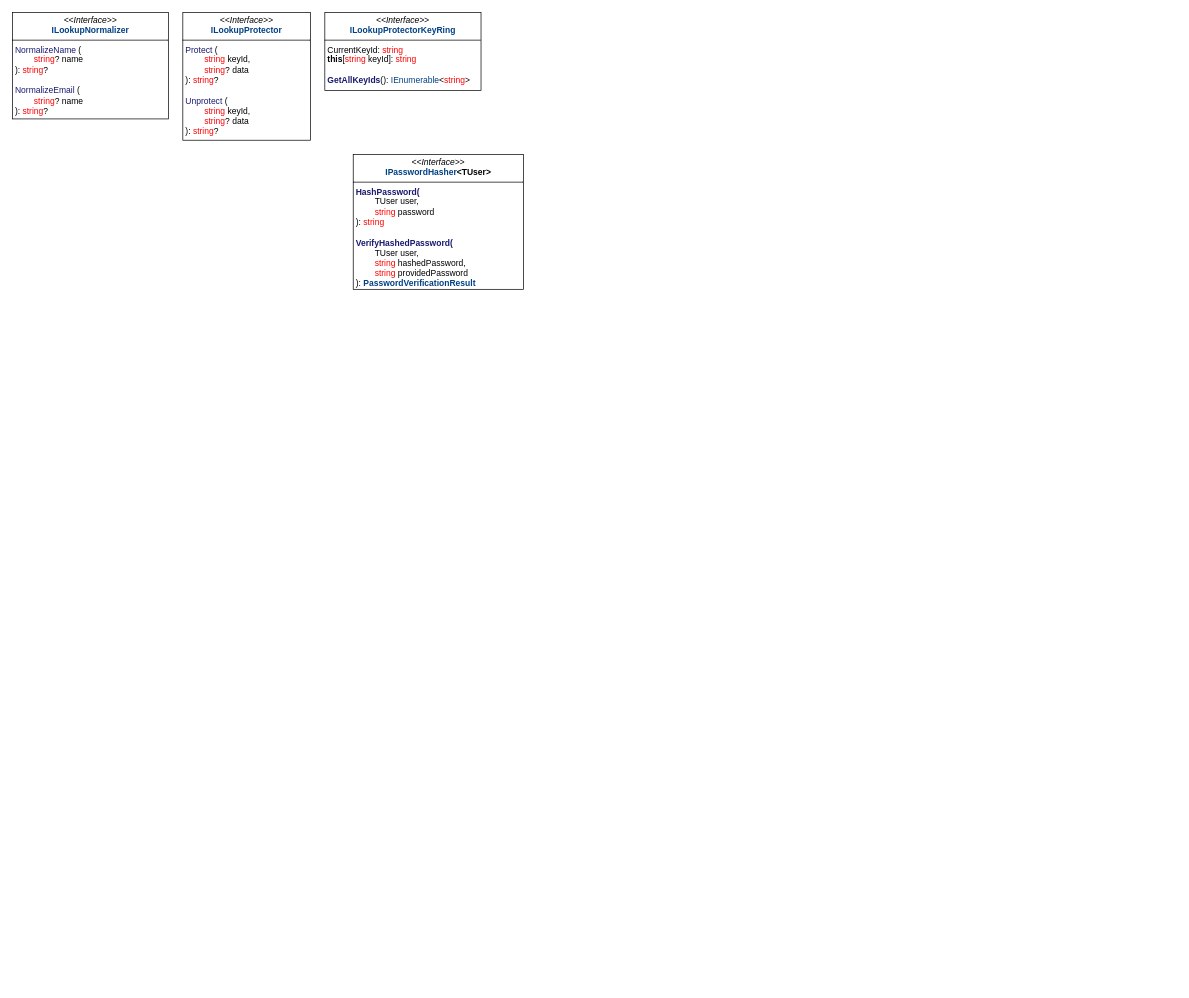
This is 99. Пространства/Identity/Identity.drawio from KondyubaBA/AspNetCore-doc, a draw.io file, before an edit. Source tidied: cells renumbered, new cells numbered last; positions are measured from the earlier drawing's top-left corner, leaving out a move shared by most shapes. Both pictures are drawn from the tidied source at 71%, with x=0, y=0 at pixel (12, 12).
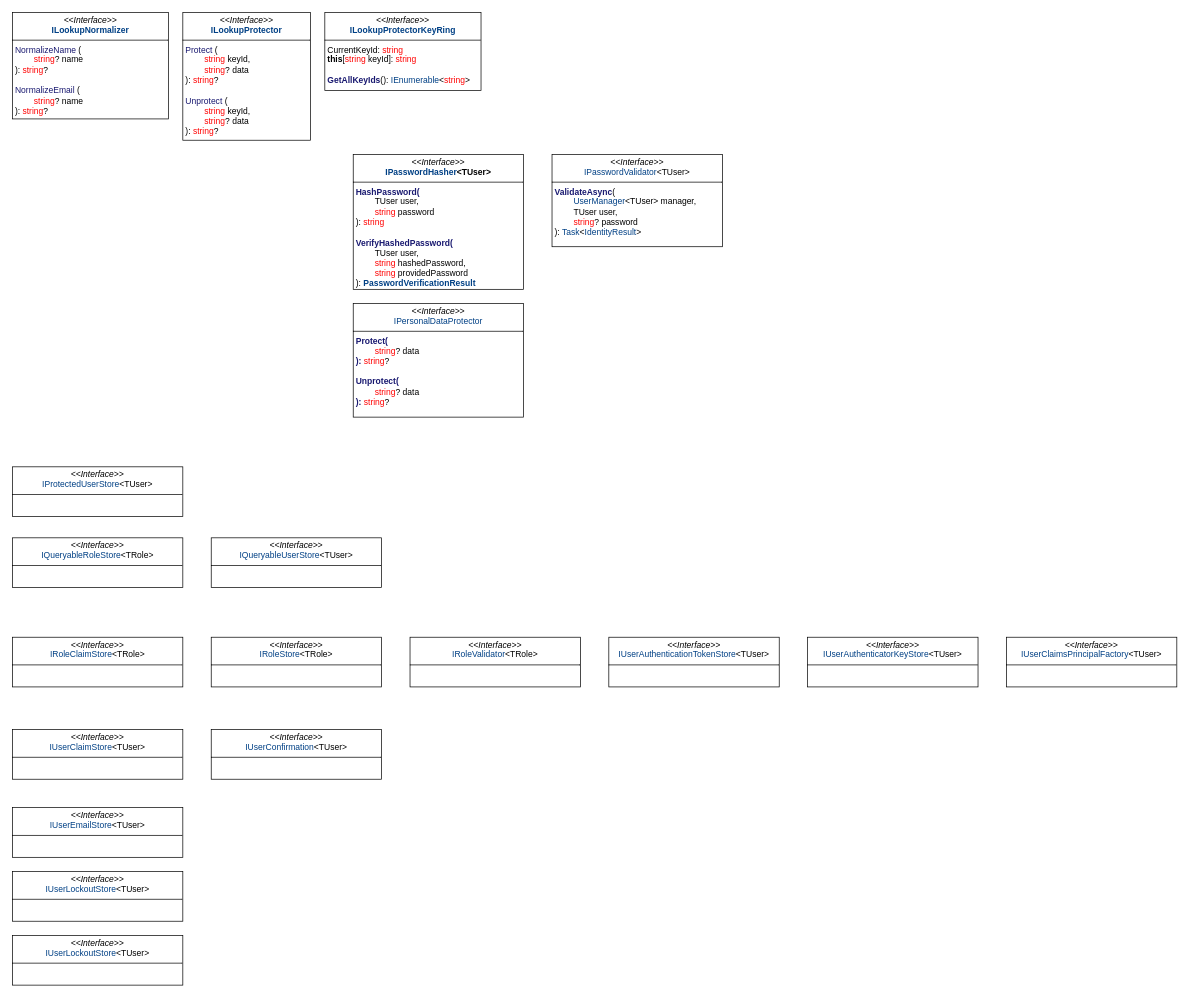
The same diagram, later.

What changed in the source:
```diff
@@
+    <mxCell id="6" value="&lt;p style=&quot;margin:0px;margin-top:4px;text-align:center;&quot;&gt;&lt;i&gt;&amp;lt;&amp;lt;Interface&amp;gt;&amp;gt;&lt;/i&gt;&lt;br&gt;&lt;span style=&quot;background-color: transparent; text-align: left; color: rgb(0, 64, 133);&quot;&gt;IPasswordValidator&lt;/span&gt;&lt;span style=&quot;background-color: transparent; color: light-dark(rgb(0, 0, 0), rgb(255, 255, 255)); text-align: left;&quot;&gt;&amp;lt;TUser&amp;gt;&lt;/span&gt;&lt;/p&gt;&lt;hr size=&quot;1&quot; style=&quot;border-style:solid;&quot;&gt;&lt;p style=&quot;margin:0px;margin-left:4px;&quot;&gt;&lt;span style=&quot;color: rgb(25, 25, 112); font-weight: bold;&quot;&gt;ValidateAsync&lt;/span&gt;(&lt;/p&gt;&lt;p style=&quot;margin:0px;margin-left:4px;&quot;&gt;&lt;span style=&quot;color: rgb(0, 64, 133);&quot;&gt;&lt;span style=&quot;white-space: pre;&quot;&gt;&#9;&lt;/span&gt;UserManager&lt;/span&gt;&amp;lt;TUser&amp;gt; manager,&amp;nbsp;&lt;/p&gt;&lt;p style=&quot;margin:0px;margin-left:4px;&quot;&gt;&lt;span style=&quot;white-space: pre;&quot;&gt;&#9;&lt;/span&gt;TUser user,&amp;nbsp;&lt;/p&gt;&lt;p style=&quot;margin:0px;margin-left:4px;&quot;&gt;&lt;span style=&quot;color: rgb(255, 0, 0);&quot;&gt;&lt;span style=&quot;white-space: pre;&quot;&gt;&#9;&lt;/span&gt;string&lt;/span&gt;? password&lt;/p&gt;&lt;p style=&quot;margin:0px;margin-left:4px;&quot;&gt;):&amp;nbsp;&lt;span style=&quot;background-color: transparent; color: rgb(0, 64, 133);&quot;&gt;Task&lt;/span&gt;&lt;span style=&quot;background-color: transparent; color: light-dark(rgb(0, 0, 0), rgb(255, 255, 255));&quot;&gt;&amp;lt;&lt;/span&gt;&lt;span style=&quot;background-color: transparent; color: rgb(0, 64, 133);&quot;&gt;IdentityResult&lt;/span&gt;&lt;span style=&quot;background-color: transparent; color: light-dark(rgb(0, 0, 0), rgb(255, 255, 255));&quot;&gt;&amp;gt;&lt;/span&gt;&lt;/p&gt;" style="verticalAlign=top;align=left;overflow=fill;html=1;whiteSpace=wrap;" parent="1" vertex="1">
+      <mxGeometry x="760" y="200" width="240" height="130" as="geometry" />
+    </mxCell>
+    <mxCell id="7" value="&lt;p style=&quot;margin:0px;margin-top:4px;text-align:center;&quot;&gt;&lt;i&gt;&amp;lt;&amp;lt;Interface&amp;gt;&amp;gt;&lt;/i&gt;&lt;br&gt;&lt;span style=&quot;background-color: transparent; text-align: left; color: rgb(0, 64, 133);&quot;&gt;I&lt;/span&gt;&lt;span style=&quot;color: rgb(0, 64, 133); background-color: transparent; text-align: left;&quot;&gt;PersonalDataProtector&lt;/span&gt;&lt;/p&gt;&lt;hr size=&quot;1&quot; style=&quot;border-style:solid;&quot;&gt;&lt;p style=&quot;margin:0px;margin-left:4px;&quot;&gt;&lt;span style=&quot;color: rgb(25, 25, 112); font-weight: bold;&quot;&gt;Protect(&lt;/span&gt;&lt;span style=&quot;color: rgb(25, 25, 112); font-weight: bold; background-color: transparent; white-space: pre;&quot;&gt;&#9;&lt;/span&gt;&lt;/p&gt;&lt;p style=&quot;margin:0px;margin-left:4px;&quot;&gt;&lt;span style=&quot;background-color: transparent; color: rgb(255, 0, 0);&quot;&gt;&lt;span style=&quot;white-space: pre;&quot;&gt;&#9;&lt;/span&gt;string&lt;/span&gt;&lt;span style=&quot;background-color: transparent; color: light-dark(rgb(0, 0, 0), rgb(255, 255, 255));&quot;&gt;? data&lt;/span&gt;&lt;/p&gt;&lt;p style=&quot;margin:0px;margin-left:4px;&quot;&gt;&lt;span style=&quot;color: rgb(25, 25, 112); font-weight: bold;&quot;&gt;):&amp;nbsp;&lt;/span&gt;&lt;span style=&quot;background-color: transparent; color: rgb(255, 0, 0);&quot;&gt;string&lt;/span&gt;&lt;span style=&quot;background-color: transparent; color: light-dark(rgb(0, 0, 0), rgb(255, 255, 255));&quot;&gt;?&lt;/span&gt;&lt;/p&gt;&lt;p style=&quot;margin:0px;margin-left:4px;&quot;&gt;&lt;span style=&quot;background-color: transparent; color: light-dark(rgb(0, 0, 0), rgb(255, 255, 255));&quot;&gt;&lt;br&gt;&lt;/span&gt;&lt;/p&gt;&lt;p style=&quot;margin: 0px 0px 0px 4px;&quot;&gt;&lt;span style=&quot;color: rgb(25, 25, 112); font-weight: bold;&quot;&gt;&lt;span style=&quot;background-color: transparent;&quot;&gt;Unprotect&lt;/span&gt;(&lt;/span&gt;&lt;span style=&quot;color: rgb(25, 25, 112); font-weight: bold; background-color: transparent; white-space: pre;&quot;&gt;&#9;&lt;/span&gt;&lt;/p&gt;&lt;p style=&quot;margin: 0px 0px 0px 4px;&quot;&gt;&lt;span style=&quot;background-color: transparent; color: rgb(255, 0, 0);&quot;&gt;&lt;span style=&quot;white-space: pre;&quot;&gt;&#9;&lt;/span&gt;string&lt;/span&gt;&lt;span style=&quot;background-color: transparent; color: light-dark(rgb(0, 0, 0), rgb(255, 255, 255));&quot;&gt;? data&lt;/span&gt;&lt;/p&gt;&lt;p style=&quot;margin: 0px 0px 0px 4px;&quot;&gt;&lt;span style=&quot;color: rgb(25, 25, 112); font-weight: bold;&quot;&gt;):&amp;nbsp;&lt;/span&gt;&lt;span style=&quot;background-color: transparent; color: rgb(255, 0, 0);&quot;&gt;string&lt;/span&gt;&lt;span style=&quot;background-color: transparent; color: light-dark(rgb(0, 0, 0), rgb(255, 255, 255));&quot;&gt;?&lt;/span&gt;&lt;/p&gt;" style="verticalAlign=top;align=left;overflow=fill;html=1;whiteSpace=wrap;" parent="1" vertex="1">
+      <mxGeometry x="480" y="410" width="240" height="160" as="geometry" />
+    </mxCell>
+    <mxCell id="8" value="&lt;p style=&quot;margin:0px;margin-top:4px;text-align:center;&quot;&gt;&lt;i&gt;&amp;lt;&amp;lt;Interface&amp;gt;&amp;gt;&lt;/i&gt;&lt;br&gt;&lt;span style=&quot;background-color: transparent; text-align: left; color: rgb(0, 64, 133);&quot;&gt;IProtectedUserStore&lt;/span&gt;&lt;span style=&quot;background-color: transparent; color: light-dark(rgb(0, 0, 0), rgb(255, 255, 255)); text-align: left;&quot;&gt;&amp;lt;TUser&amp;gt;&lt;/span&gt;&lt;/p&gt;&lt;hr size=&quot;1&quot; style=&quot;border-style:solid;&quot;&gt;&lt;p style=&quot;margin:0px;margin-left:4px;&quot;&gt;&lt;br&gt;&lt;/p&gt;" style="verticalAlign=top;align=left;overflow=fill;html=1;whiteSpace=wrap;" parent="1" vertex="1">
+      <mxGeometry y="640" width="240" height="70" as="geometry" />
+    </mxCell>
+    <mxCell id="9" value="&lt;p style=&quot;margin:0px;margin-top:4px;text-align:center;&quot;&gt;&lt;i&gt;&amp;lt;&amp;lt;Interface&amp;gt;&amp;gt;&lt;/i&gt;&lt;br&gt;&lt;span style=&quot;background-color: transparent; text-align: left; color: rgb(0, 64, 133);&quot;&gt;IQueryableRoleStore&lt;/span&gt;&lt;span style=&quot;background-color: transparent; color: light-dark(rgb(0, 0, 0), rgb(255, 255, 255)); text-align: left;&quot;&gt;&amp;lt;TRole&amp;gt;&lt;/span&gt;&lt;/p&gt;&lt;hr size=&quot;1&quot; style=&quot;border-style:solid;&quot;&gt;&lt;p style=&quot;margin:0px;margin-left:4px;&quot;&gt;&lt;br&gt;&lt;/p&gt;" style="verticalAlign=top;align=left;overflow=fill;html=1;whiteSpace=wrap;" parent="1" vertex="1">
+      <mxGeometry y="740" width="240" height="70" as="geometry" />
+    </mxCell>
+    <mxCell id="10" value="&lt;p style=&quot;margin:0px;margin-top:4px;text-align:center;&quot;&gt;&lt;i&gt;&amp;lt;&amp;lt;Interface&amp;gt;&amp;gt;&lt;/i&gt;&lt;br&gt;&lt;span style=&quot;background-color: transparent; text-align: left; color: rgb(0, 64, 133);&quot;&gt;IQueryableUserStore&lt;/span&gt;&lt;span style=&quot;background-color: transparent; color: light-dark(rgb(0, 0, 0), rgb(255, 255, 255)); text-align: left;&quot;&gt;&amp;lt;TUser&amp;gt;&lt;/span&gt;&lt;/p&gt;&lt;hr size=&quot;1&quot; style=&quot;border-style:solid;&quot;&gt;&lt;p style=&quot;margin:0px;margin-left:4px;&quot;&gt;&lt;br&gt;&lt;/p&gt;" style="verticalAlign=top;align=left;overflow=fill;html=1;whiteSpace=wrap;" parent="1" vertex="1">
+      <mxGeometry x="280" y="740" width="240" height="70" as="geometry" />
+    </mxCell>
+    <mxCell id="11" value="&lt;p style=&quot;margin:0px;margin-top:4px;text-align:center;&quot;&gt;&lt;i&gt;&amp;lt;&amp;lt;Interface&amp;gt;&amp;gt;&lt;/i&gt;&lt;br&gt;&lt;span style=&quot;background-color: transparent; text-align: left; color: rgb(0, 64, 133);&quot;&gt;I&lt;/span&gt;&lt;span style=&quot;background-color: transparent; text-align: left; color: rgb(0, 64, 133);&quot;&gt;RoleClaimStore&lt;/span&gt;&lt;span style=&quot;background-color: transparent; color: light-dark(rgb(0, 0, 0), rgb(255, 255, 255)); text-align: left;&quot;&gt;&amp;lt;TRole&amp;gt;&lt;/span&gt;&lt;/p&gt;&lt;hr size=&quot;1&quot; style=&quot;border-style:solid;&quot;&gt;&lt;p style=&quot;margin:0px;margin-left:4px;&quot;&gt;&lt;br&gt;&lt;/p&gt;" style="verticalAlign=top;align=left;overflow=fill;html=1;whiteSpace=wrap;" parent="1" vertex="1">
+      <mxGeometry y="880" width="240" height="70" as="geometry" />
+    </mxCell>
+    <mxCell id="12" value="&lt;p style=&quot;margin:0px;margin-top:4px;text-align:center;&quot;&gt;&lt;i&gt;&amp;lt;&amp;lt;Interface&amp;gt;&amp;gt;&lt;/i&gt;&lt;br&gt;&lt;span style=&quot;background-color: transparent; text-align: left; color: rgb(0, 64, 133);&quot;&gt;IRoleStore&lt;/span&gt;&lt;span style=&quot;background-color: transparent; color: light-dark(rgb(0, 0, 0), rgb(255, 255, 255)); text-align: left;&quot;&gt;&amp;lt;TRole&amp;gt;&lt;/span&gt;&lt;/p&gt;&lt;hr size=&quot;1&quot; style=&quot;border-style:solid;&quot;&gt;&lt;p style=&quot;margin:0px;margin-left:4px;&quot;&gt;&lt;br&gt;&lt;/p&gt;" style="verticalAlign=top;align=left;overflow=fill;html=1;whiteSpace=wrap;" parent="1" vertex="1">
+      <mxGeometry x="280" y="880" width="240" height="70" as="geometry" />
+    </mxCell>
+    <mxCell id="13" value="&lt;p style=&quot;margin:0px;margin-top:4px;text-align:center;&quot;&gt;&lt;i&gt;&amp;lt;&amp;lt;Interface&amp;gt;&amp;gt;&lt;/i&gt;&lt;br&gt;&lt;span style=&quot;background-color: transparent; text-align: left; color: rgb(0, 64, 133);&quot;&gt;IRoleValidator&lt;/span&gt;&lt;span style=&quot;background-color: transparent; color: light-dark(rgb(0, 0, 0), rgb(255, 255, 255)); text-align: left;&quot;&gt;&amp;lt;TRole&amp;gt;&lt;/span&gt;&lt;/p&gt;&lt;hr size=&quot;1&quot; style=&quot;border-style:solid;&quot;&gt;&lt;p style=&quot;margin:0px;margin-left:4px;&quot;&gt;&lt;br&gt;&lt;/p&gt;" style="verticalAlign=top;align=left;overflow=fill;html=1;whiteSpace=wrap;" parent="1" vertex="1">
+      <mxGeometry x="560" y="880" width="240" height="70" as="geometry" />
+    </mxCell>
+    <mxCell id="14" value="&lt;p style=&quot;margin:0px;margin-top:4px;text-align:center;&quot;&gt;&lt;i&gt;&amp;lt;&amp;lt;Interface&amp;gt;&amp;gt;&lt;/i&gt;&lt;br&gt;&lt;span style=&quot;background-color: transparent; text-align: left; color: rgb(0, 64, 133);&quot;&gt;IUserAuthenticationTokenStore&lt;/span&gt;&lt;span style=&quot;background-color: transparent; color: light-dark(rgb(0, 0, 0), rgb(255, 255, 255)); text-align: left;&quot;&gt;&amp;lt;TUser&amp;gt;&lt;/span&gt;&lt;/p&gt;&lt;hr size=&quot;1&quot; style=&quot;border-style:solid;&quot;&gt;&lt;p style=&quot;margin:0px;margin-left:4px;&quot;&gt;&lt;br&gt;&lt;/p&gt;" style="verticalAlign=top;align=left;overflow=fill;html=1;whiteSpace=wrap;" parent="1" vertex="1">
+      <mxGeometry x="840" y="880" width="240" height="70" as="geometry" />
+    </mxCell>
+    <mxCell id="15" value="&lt;p style=&quot;margin:0px;margin-top:4px;text-align:center;&quot;&gt;&lt;i&gt;&amp;lt;&amp;lt;Interface&amp;gt;&amp;gt;&lt;/i&gt;&lt;br&gt;&lt;span style=&quot;background-color: transparent; text-align: left; color: rgb(0, 64, 133);&quot;&gt;IUserAuthenticatorKeyStore&lt;/span&gt;&lt;span style=&quot;background-color: transparent; color: light-dark(rgb(0, 0, 0), rgb(255, 255, 255)); text-align: left;&quot;&gt;&amp;lt;TUser&amp;gt;&lt;/span&gt;&lt;/p&gt;&lt;hr size=&quot;1&quot; style=&quot;border-style:solid;&quot;&gt;&lt;p style=&quot;margin:0px;margin-left:4px;&quot;&gt;&lt;br&gt;&lt;/p&gt;" style="verticalAlign=top;align=left;overflow=fill;html=1;whiteSpace=wrap;" parent="1" vertex="1">
+      <mxGeometry x="1120" y="880" width="240" height="70" as="geometry" />
+    </mxCell>
+    <mxCell id="16" value="&lt;p style=&quot;margin:0px;margin-top:4px;text-align:center;&quot;&gt;&lt;i&gt;&amp;lt;&amp;lt;Interface&amp;gt;&amp;gt;&lt;/i&gt;&lt;br&gt;&lt;span style=&quot;background-color: transparent; text-align: left; color: rgb(0, 64, 133);&quot;&gt;IUserClaimsPrincipalFactory&lt;/span&gt;&lt;span style=&quot;background-color: transparent; color: light-dark(rgb(0, 0, 0), rgb(255, 255, 255)); text-align: left;&quot;&gt;&amp;lt;TUser&amp;gt;&lt;/span&gt;&lt;/p&gt;&lt;hr size=&quot;1&quot; style=&quot;border-style:solid;&quot;&gt;&lt;p style=&quot;margin:0px;margin-left:4px;&quot;&gt;&lt;br&gt;&lt;/p&gt;" style="verticalAlign=top;align=left;overflow=fill;html=1;whiteSpace=wrap;" parent="1" vertex="1">
+      <mxGeometry x="1400" y="880" width="240" height="70" as="geometry" />
+    </mxCell>
+    <mxCell id="17" value="&lt;p style=&quot;margin:0px;margin-top:4px;text-align:center;&quot;&gt;&lt;i&gt;&amp;lt;&amp;lt;Interface&amp;gt;&amp;gt;&lt;/i&gt;&lt;br&gt;&lt;span style=&quot;background-color: transparent; text-align: left; color: rgb(0, 64, 133);&quot;&gt;IUserClaimStore&lt;/span&gt;&lt;span style=&quot;background-color: transparent; color: light-dark(rgb(0, 0, 0), rgb(255, 255, 255)); text-align: left;&quot;&gt;&amp;lt;TUser&amp;gt;&lt;/span&gt;&lt;/p&gt;&lt;hr size=&quot;1&quot; style=&quot;border-style:solid;&quot;&gt;&lt;p style=&quot;margin:0px;margin-left:4px;&quot;&gt;&lt;br&gt;&lt;/p&gt;" style="verticalAlign=top;align=left;overflow=fill;html=1;whiteSpace=wrap;" parent="1" vertex="1">
+      <mxGeometry y="1010" width="240" height="70" as="geometry" />
+    </mxCell>
+    <mxCell id="18" value="&lt;p style=&quot;margin:0px;margin-top:4px;text-align:center;&quot;&gt;&lt;i&gt;&amp;lt;&amp;lt;Interface&amp;gt;&amp;gt;&lt;/i&gt;&lt;br&gt;&lt;span style=&quot;background-color: transparent; text-align: left; color: rgb(0, 64, 133);&quot;&gt;IUserConfirmation&lt;/span&gt;&lt;span style=&quot;background-color: transparent; color: light-dark(rgb(0, 0, 0), rgb(255, 255, 255)); text-align: left;&quot;&gt;&amp;lt;TUser&amp;gt;&lt;/span&gt;&lt;/p&gt;&lt;hr size=&quot;1&quot; style=&quot;border-style:solid;&quot;&gt;&lt;p style=&quot;margin:0px;margin-left:4px;&quot;&gt;&lt;br&gt;&lt;/p&gt;" style="verticalAlign=top;align=left;overflow=fill;html=1;whiteSpace=wrap;" parent="1" vertex="1">
+      <mxGeometry x="280" y="1010" width="240" height="70" as="geometry" />
+    </mxCell>
+    <mxCell id="19" value="&lt;p style=&quot;margin:0px;margin-top:4px;text-align:center;&quot;&gt;&lt;i&gt;&amp;lt;&amp;lt;Interface&amp;gt;&amp;gt;&lt;/i&gt;&lt;br&gt;&lt;span style=&quot;background-color: transparent; text-align: left; color: rgb(0, 64, 133);&quot;&gt;IUserEmailStore&lt;/span&gt;&lt;span style=&quot;background-color: transparent; color: light-dark(rgb(0, 0, 0), rgb(255, 255, 255)); text-align: left;&quot;&gt;&amp;lt;TUser&amp;gt;&lt;/span&gt;&lt;/p&gt;&lt;hr size=&quot;1&quot; style=&quot;border-style:solid;&quot;&gt;&lt;p style=&quot;margin:0px;margin-left:4px;&quot;&gt;&lt;br&gt;&lt;/p&gt;" style="verticalAlign=top;align=left;overflow=fill;html=1;whiteSpace=wrap;" parent="1" vertex="1">
+      <mxGeometry y="1120" width="240" height="70" as="geometry" />
+    </mxCell>
+    <mxCell id="20" value="&lt;p style=&quot;margin:0px;margin-top:4px;text-align:center;&quot;&gt;&lt;i&gt;&amp;lt;&amp;lt;Interface&amp;gt;&amp;gt;&lt;/i&gt;&lt;br&gt;&lt;span style=&quot;background-color: transparent; text-align: left; color: rgb(0, 64, 133);&quot;&gt;IUserLockoutStore&lt;/span&gt;&lt;span style=&quot;background-color: transparent; color: light-dark(rgb(0, 0, 0), rgb(255, 255, 255)); text-align: left;&quot;&gt;&amp;lt;TUser&amp;gt;&lt;/span&gt;&lt;/p&gt;&lt;hr size=&quot;1&quot; style=&quot;border-style:solid;&quot;&gt;&lt;p style=&quot;margin:0px;margin-left:4px;&quot;&gt;&lt;br&gt;&lt;/p&gt;" style="verticalAlign=top;align=left;overflow=fill;html=1;whiteSpace=wrap;" parent="1" vertex="1">
+      <mxGeometry y="1210" width="240" height="70" as="geometry" />
+    </mxCell>
+    <mxCell id="21" value="&lt;p style=&quot;margin:0px;margin-top:4px;text-align:center;&quot;&gt;&lt;i&gt;&amp;lt;&amp;lt;Interface&amp;gt;&amp;gt;&lt;/i&gt;&lt;br&gt;&lt;span style=&quot;background-color: transparent; text-align: left; color: rgb(0, 64, 133);&quot;&gt;IUserLockoutStore&lt;/span&gt;&lt;span style=&quot;background-color: transparent; color: light-dark(rgb(0, 0, 0), rgb(255, 255, 255)); text-align: left;&quot;&gt;&amp;lt;TUser&amp;gt;&lt;/span&gt;&lt;/p&gt;&lt;hr size=&quot;1&quot; style=&quot;border-style:solid;&quot;&gt;&lt;p style=&quot;margin:0px;margin-left:4px;&quot;&gt;&lt;br&gt;&lt;/p&gt;" style="verticalAlign=top;align=left;overflow=fill;html=1;whiteSpace=wrap;" parent="1" vertex="1">
+      <mxGeometry y="1300" width="240" height="70" as="geometry" />
+    </mxCell>
```
